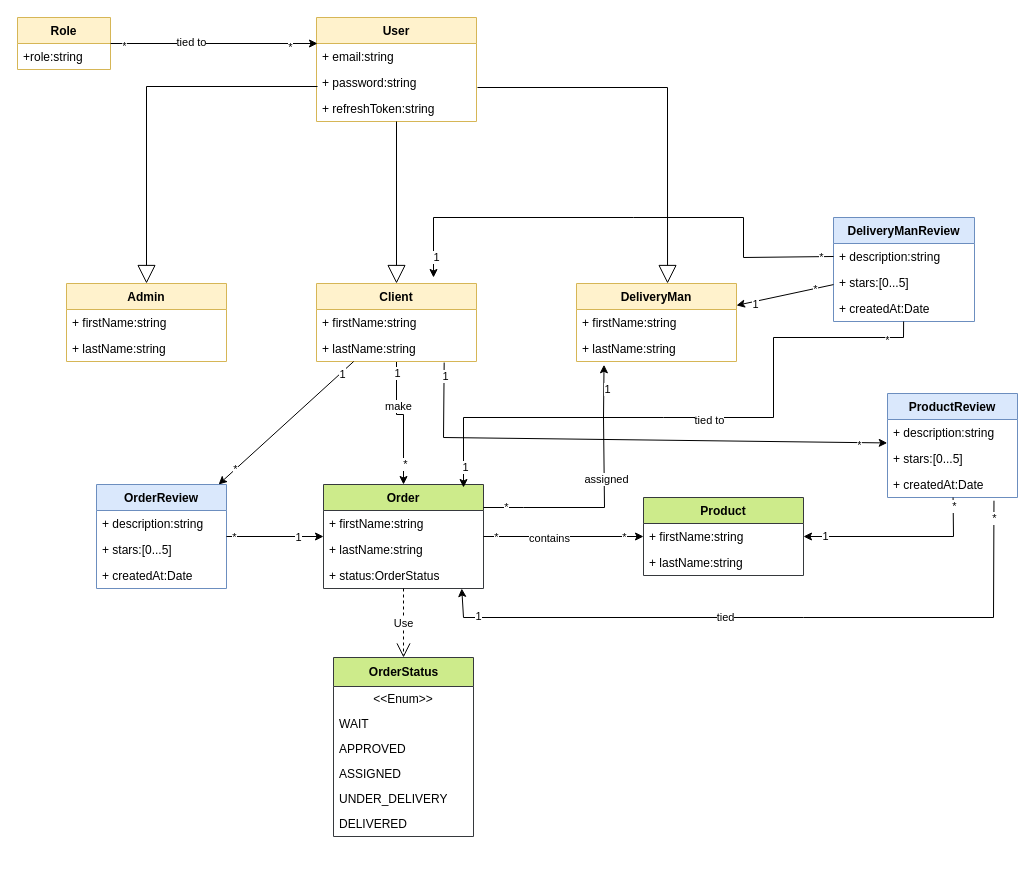
Above: docs/class diagram.drawio in stormsidali2001/FrontPharmacy (draw.io), before the change. Source tidied: cells renumbered, new cells numbered last; positions are measured from the earlier drawing's top-left corner, leaving out a move shared by most shapes. Both pictures are drawn from the tidied source at 100%, with x=0, y=0 at pixel (17, 17).
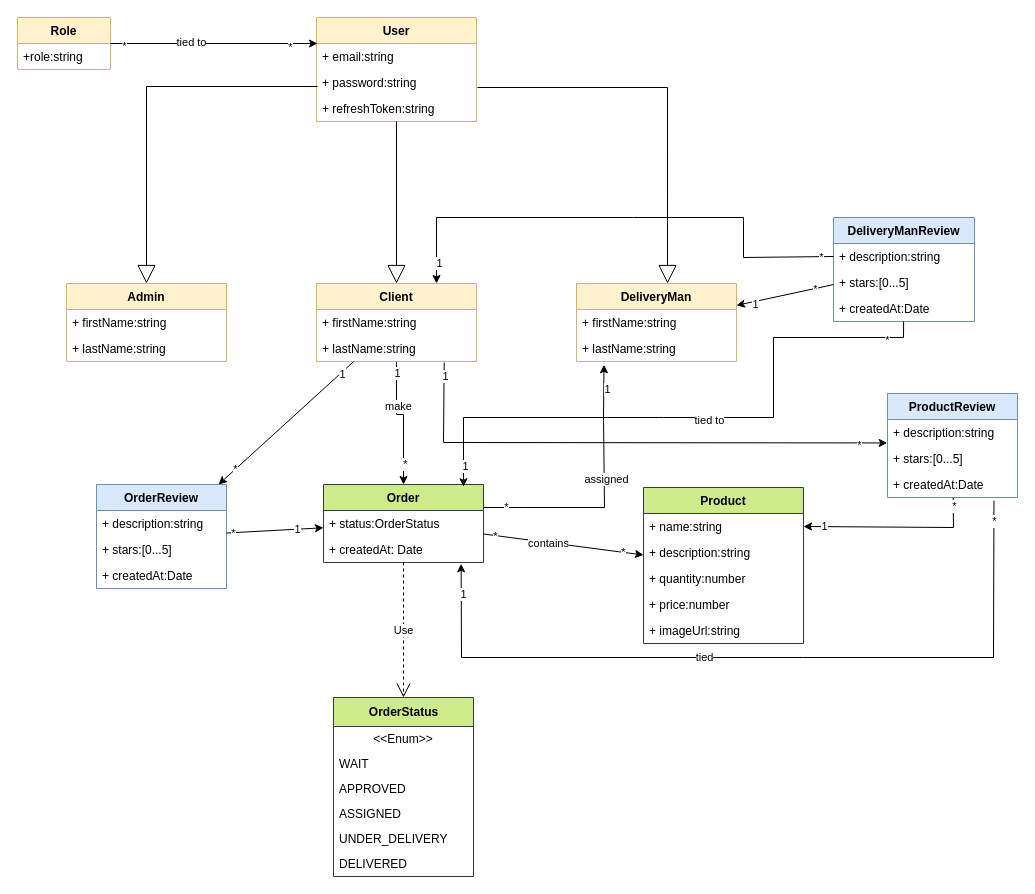
After the change.

The change refers to these unchanged cells:
```xml
<mxCell id="13" value="Client" style="swimlane;fontStyle=1;align=center;verticalAlign=top;horizontal=1;startSize=26;fillColor=#fff2cc;strokeColor=#d6b656;" parent="1" vertex="1">
  <mxGeometry x="299" y="266" width="160" height="78" as="geometry" />
</mxCell>
<mxCell id="15" value="+ lastName:string" style="text;strokeColor=none;fillColor=none;align=left;verticalAlign=top;spacingLeft=4;spacingRight=4;overflow=hidden;points=[[0,0.5],[1,0.5]];portConstraint=eastwest;" parent="13" vertex="1">
  <mxGeometry y="52" width="160" height="26" as="geometry" />
</mxCell>
<mxCell id="61" value="ProductReview" style="swimlane;fontStyle=1;align=center;verticalAlign=top;horizontal=1;startSize=26;fillColor=#dae8fc;strokeColor=#6c8ebf;" parent="1" vertex="1">
  <mxGeometry x="870" y="376" width="130" height="104" as="geometry" />
</mxCell>
<mxCell id="63" value="+ stars:[0...5]" style="text;strokeColor=none;fillColor=none;align=left;verticalAlign=top;spacingLeft=4;spacingRight=4;overflow=hidden;points=[[0,0.5],[1,0.5]];portConstraint=eastwest;" parent="61" vertex="1">
  <mxGeometry y="52" width="130" height="26" as="geometry" />
</mxCell>
<mxCell id="64" value="+ createdAt:Date" style="text;strokeColor=none;fillColor=none;align=left;verticalAlign=top;spacingLeft=4;spacingRight=4;overflow=hidden;points=[[0,0.5],[1,0.5]];portConstraint=eastwest;" parent="61" vertex="1">
  <mxGeometry y="78" width="130" height="26" as="geometry" />
</mxCell>
<mxCell id="76" value="+ description:string" style="text;strokeColor=none;fillColor=none;align=left;verticalAlign=top;spacingLeft=4;spacingRight=4;overflow=hidden;points=[[0,0.5],[1,0.5]];portConstraint=eastwest;" parent="75" vertex="1">
  <mxGeometry y="26" width="141" height="26" as="geometry" />
</mxCell>
```

Diff of the diagram source:
```diff
@@
     <mxCell id="28" value="Order" style="swimlane;fontStyle=1;align=center;verticalAlign=top;horizontal=1;startSize=26;fillColor=#cdeb8b;strokeColor=#36393d;" parent="1" vertex="1">
-      <mxGeometry x="306" y="467" width="160" height="104" as="geometry" />
+      <mxGeometry x="306" y="467" width="160" height="78" as="geometry" />
     </mxCell>
-    <mxCell id="29" value="+ firstName:string" style="text;strokeColor=none;fillColor=none;align=left;verticalAlign=top;spacingLeft=4;spacingRight=4;overflow=hidden;" parent="28" vertex="1">
-      <mxGeometry y="26" width="160" height="26" as="geometry" />
-    </mxCell>
-    <mxCell id="30" value="+ lastName:string" style="text;strokeColor=none;fillColor=none;align=left;verticalAlign=top;spacingLeft=4;spacingRight=4;overflow=hidden;" parent="28" vertex="1">
-      <mxGeometry y="52" width="160" height="26" as="geometry" />
-    </mxCell>
     <mxCell id="31" value="+ status:OrderStatus" style="text;strokeColor=none;fillColor=none;align=left;verticalAlign=top;spacingLeft=4;spacingRight=4;overflow=hidden;points=[[0,0.5],[1,0.5]];portConstraint=eastwest;" parent="28" vertex="1">
-      <mxGeometry y="78" width="160" height="26" as="geometry" />
+      <mxGeometry y="26" width="160" height="26" as="geometry" />
     </mxCell>
+    <mxCell id="89" value="+ createdAt: Date" style="text;strokeColor=none;fillColor=none;align=left;verticalAlign=top;spacingLeft=4;spacingRight=4;overflow=hidden;points=[[0,0.5],[1,0.5]];portConstraint=eastwest;" parent="28" vertex="1">
+      <mxGeometry y="52" width="160" height="26" as="geometry" />
+    </mxCell>
     <mxCell id="32" value="Product" style="swimlane;fontStyle=1;align=center;verticalAlign=top;horizontal=1;startSize=26;fillColor=#cdeb8b;strokeColor=#36393d;" parent="1" vertex="1">
-      <mxGeometry x="626" y="480" width="160" height="78" as="geometry" />
+      <mxGeometry x="626" y="470" width="160" height="156" as="geometry" />
     </mxCell>
-    <mxCell id="33" value="+ firstName:string" style="text;strokeColor=none;fillColor=none;align=left;verticalAlign=top;spacingLeft=4;spacingRight=4;overflow=hidden;points=[[0,0.5],[1,0.5]];portConstraint=eastwest;" parent="32" vertex="1">
+    <mxCell id="33" value="+ name:string" style="text;strokeColor=none;fillColor=none;align=left;verticalAlign=top;spacingLeft=4;spacingRight=4;overflow=hidden;points=[[0,0.5],[1,0.5]];portConstraint=eastwest;" parent="32" vertex="1">
       <mxGeometry y="26" width="160" height="26" as="geometry" />
     </mxCell>
-    <mxCell id="34" value="+ lastName:string" style="text;strokeColor=none;fillColor=none;align=left;verticalAlign=top;spacingLeft=4;spacingRight=4;overflow=hidden;" parent="32" vertex="1">
+    <mxCell id="34" value="+ description:string" style="text;strokeColor=none;fillColor=none;align=left;verticalAlign=top;spacingLeft=4;spacingRight=4;overflow=hidden;" parent="32" vertex="1">
       <mxGeometry y="52" width="160" height="26" as="geometry" />
     </mxCell>
+    <mxCell id="90" value="+ quantity:number" style="text;strokeColor=none;fillColor=none;align=left;verticalAlign=top;spacingLeft=4;spacingRight=4;overflow=hidden;" parent="32" vertex="1">
+      <mxGeometry y="78" width="160" height="26" as="geometry" />
+    </mxCell>
+    <mxCell id="91" value="+ price:number" style="text;strokeColor=none;fillColor=none;align=left;verticalAlign=top;spacingLeft=4;spacingRight=4;overflow=hidden;" parent="32" vertex="1">
+      <mxGeometry y="104" width="160" height="26" as="geometry" />
+    </mxCell>
+    <mxCell id="92" value="+ imageUrl:string" style="text;strokeColor=none;fillColor=none;align=left;verticalAlign=top;spacingLeft=4;spacingRight=4;overflow=hidden;" parent="32" vertex="1">
+      <mxGeometry y="130" width="160" height="26" as="geometry" />
+    </mxCell>
@@
     <mxCell id="43" value="OrderStatus" style="swimlane;fontStyle=1;align=center;verticalAlign=middle;horizontal=1;startSize=29;html=1;fillColor=#cdeb8b;strokeColor=#36393d;" parent="1" vertex="1">
-      <mxGeometry x="316" y="640" width="140" height="179" as="geometry" />
+      <mxGeometry x="316" y="680" width="140" height="179" as="geometry" />
     </mxCell>
@@
     <mxCell id="65" style="endArrow=classic;html=1;rounded=0;exitX=0.798;exitY=1.042;exitDx=0;exitDy=0;exitPerimeter=0;entryX=-0.002;entryY=-0.098;entryDx=0;entryDy=0;entryPerimeter=0;" parent="1" edge="1" source="15" target="63">
       <mxGeometry relative="1" as="geometry">
         <Array as="points">
-          <mxPoint x="426" y="420" />
+          <mxPoint x="426" y="425" />
         </Array>
       </mxGeometry>
     </mxCell>
@@
     <mxCell id="68" style="endArrow=classic;html=1;rounded=0;entryX=1;entryY=0.5;entryDx=0;entryDy=0;" parent="1" edge="1" source="61" target="33">
       <mxGeometry relative="1" as="geometry">
         <Array as="points">
-          <mxPoint x="936" y="519" />
+          <mxPoint x="936" y="510" />
         </Array>
       </mxGeometry>
     </mxCell>
@@
-    <mxCell id="71" style="endArrow=classic;html=1;rounded=0;entryX=0.864;entryY=1.001;entryDx=0;entryDy=0;entryPerimeter=0;exitX=0.819;exitY=1.124;exitDx=0;exitDy=0;exitPerimeter=0;" parent="1" edge="1" source="64" target="31">
+    <mxCell id="71" style="endArrow=classic;html=1;rounded=0;exitX=0.819;exitY=1.124;exitDx=0;exitDy=0;exitPerimeter=0;entryX=0.86;entryY=1.049;entryDx=0;entryDy=0;entryPerimeter=0;" parent="1" edge="1" source="64" target="89">
       <mxGeometry relative="1" as="geometry">
         <Array as="points">
-          <mxPoint x="976" y="600" />
-          <mxPoint x="786" y="600" />
-          <mxPoint x="446" y="600" />
+          <mxPoint x="976" y="640" />
+          <mxPoint x="786" y="640" />
+          <mxPoint x="444" y="640" />
         </Array>
       </mxGeometry>
     </mxCell>
     <mxCell id="72" value="1" style="edgeLabel;html=1;align=center;verticalAlign=middle;" parent="71" vertex="1">
-      <mxGeometry x="0.87" y="-2" relative="1" as="geometry" />
+      <mxGeometry x="0.87" y="-2" relative="1" as="geometry">
+        <mxPoint y="-20" as="offset" />
+      </mxGeometry>
     </mxCell>
@@
-    <mxCell id="82" style="endArrow=classic;html=1;rounded=0;exitX=0;exitY=0.5;exitDx=0;exitDy=0;" parent="1" edge="1" source="76">
+    <mxCell id="82" style="endArrow=classic;html=1;rounded=0;exitX=0;exitY=0.5;exitDx=0;exitDy=0;entryX=0.75;entryY=0;entryDx=0;entryDy=0;" parent="1" edge="1" source="76" target="13">
       <mxGeometry relative="1" as="geometry">
-        <mxPoint x="416" y="260" as="targetPoint" />
         <Array as="points">
           <mxPoint x="726" y="240" />
           <mxPoint x="726" y="200" />
           <mxPoint x="616" y="200" />
-          <mxPoint x="416" y="200" />
+          <mxPoint x="419" y="200" />
         </Array>
       </mxGeometry>
     </mxCell>
```
